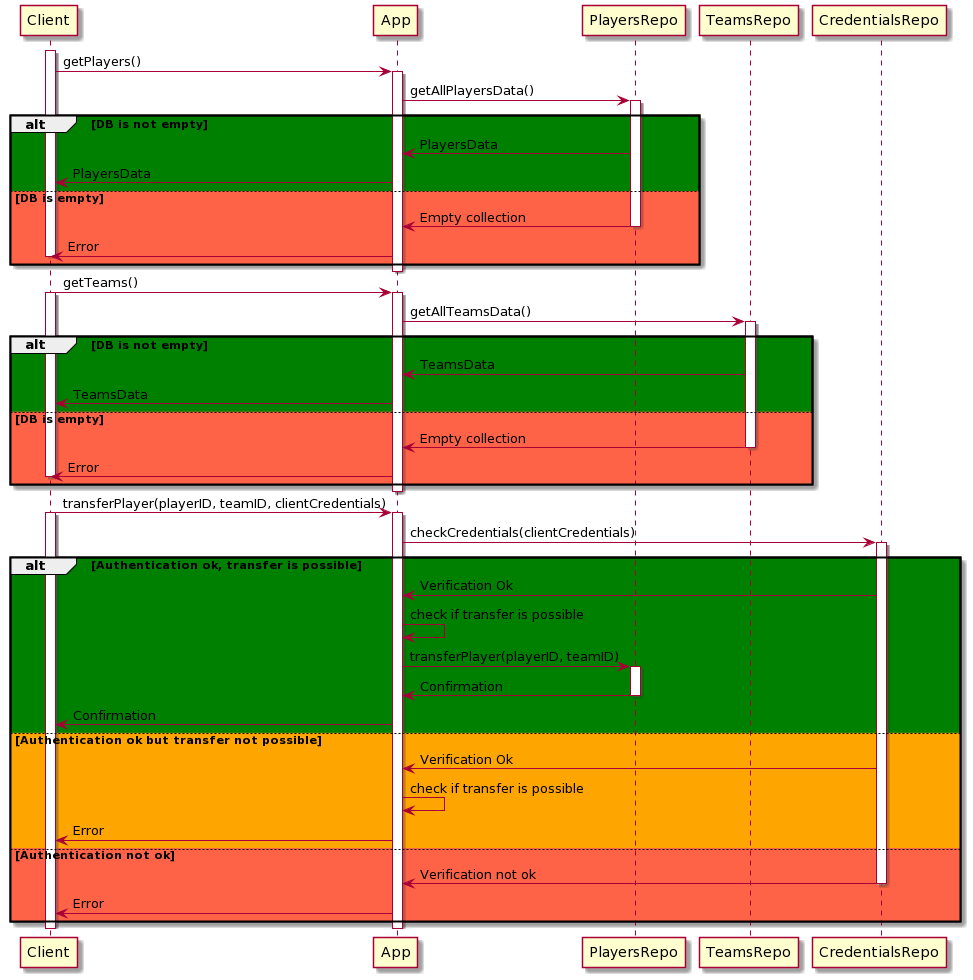
The PlantUML diagram Diagrams/Case1_transferPlayer.png in kamilhajdukiewicz/pba_project, before a commit. Source of this version:
```plantuml
@startuml
activate Client
Client-> App: getPlayers()
activate App
App -> PlayersRepo: getAllPlayersData()
activate PlayersRepo
alt #green DB is not empty
PlayersRepo-> App: PlayersData
App -> Client: PlayersData
else #tomato DB is empty
PlayersRepo -> App: Empty collection
deactivate PlayersRepo
App -> Client: Error
deactivate Client
end
deactivate App

Client -> App: getTeams()
activate Client
activate App
App-> TeamsRepo: getAllTeamsData()
activate TeamsRepo
alt #green DB is not empty
TeamsRepo -> App: TeamsData
App -> Client: TeamsData
else #tomato DB is empty
TeamsRepo -> App: Empty collection
deactivate TeamsRepo
App-> Client: Error
deactivate Client
end
deactivate App

Client -> App: transferPlayer(playerID, teamID, clientCredentials)
activate Client
activate App
App-> CredentialsRepo: checkCredentials(clientCredentials)
activate CredentialsRepo
alt #green Authentication ok, transfer is possible
CredentialsRepo -> App: Verification Ok
App -> App: check if transfer is possible
App -> PlayersRepo: transferPlayer(playerID, teamID)
activate PlayersRepo
PlayersRepo -> App: Confirmation
deactivate PlayersRepo
App -> Client: Confirmation
else #orange Authentication ok but transfer not possible
CredentialsRepo -> App: Verification Ok
App -> App: check if transfer is possible
App -> Client: Error
else #tomato Authentication not ok
CredentialsRepo  -> App: Verification not ok
deactivate CredentialsRepo
App -> Client: Error
end
deactivate App
deactivate Client
@enduml
```
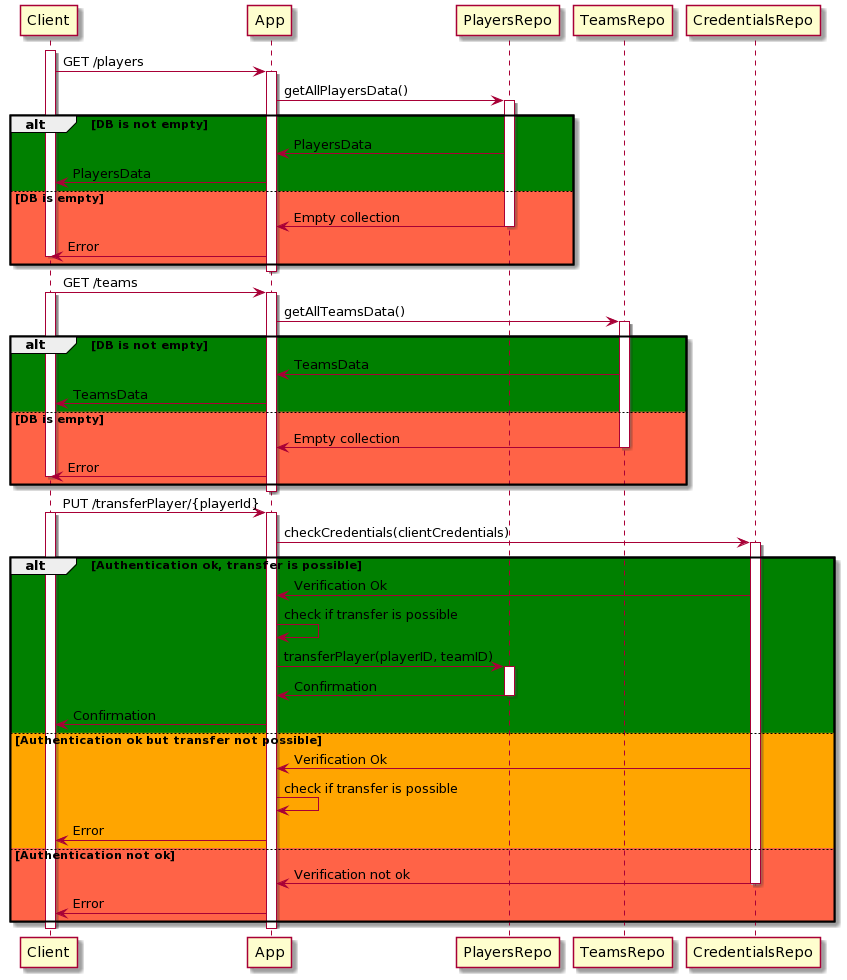
The same diagram one commit later.

The edit, as a diff of the source:
```diff
@@ -1,6 +1,6 @@
 @startuml
 activate Client
-Client-> App: getPlayers()
+Client-> App: GET /players
 activate App
 App -> PlayersRepo: getAllPlayersData()
 activate PlayersRepo
@@ -15,7 +15,7 @@
 end
 deactivate App
 
-Client -> App: getTeams()
+Client -> App: GET /teams
 activate Client
 activate App
 App-> TeamsRepo: getAllTeamsData()
@@ -31,7 +31,7 @@
 end
 deactivate App
 
-Client -> App: transferPlayer(playerID, teamID, clientCredentials)
+Client -> App: PUT /transferPlayer/{playerId}
 activate Client
 activate App
 App-> CredentialsRepo: checkCredentials(clientCredentials)
```
